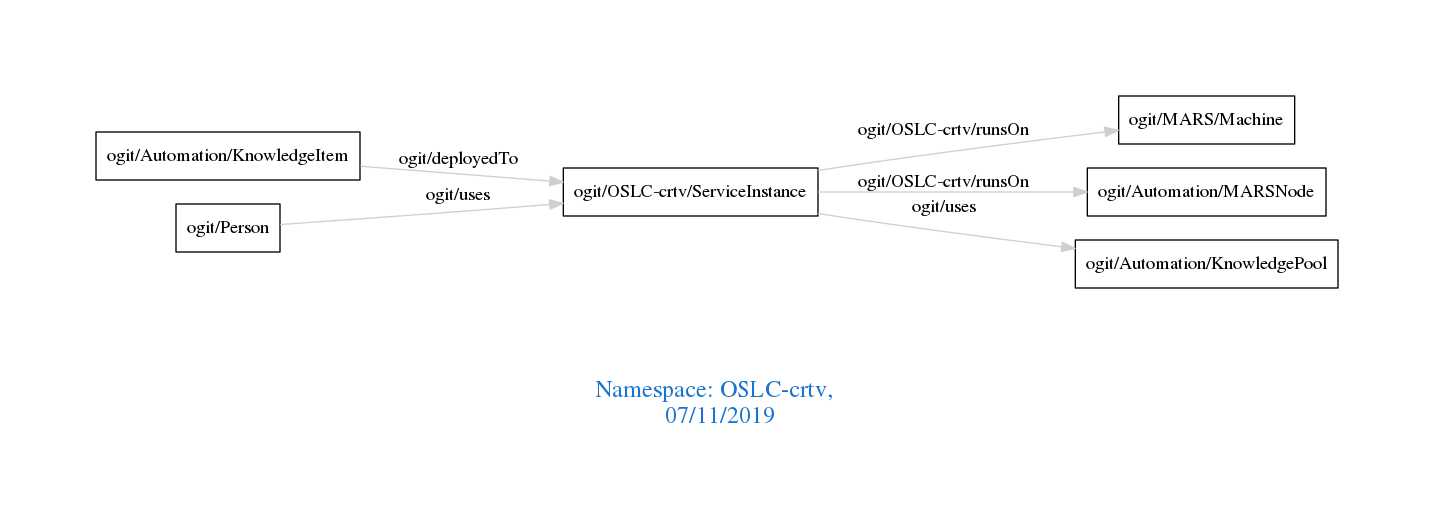
Above: downloads/OSLC-crtv.png in arago/OGIT (Graphviz), before the change. Its source is kept beside it as downloads/OSLC-crtv.dot.
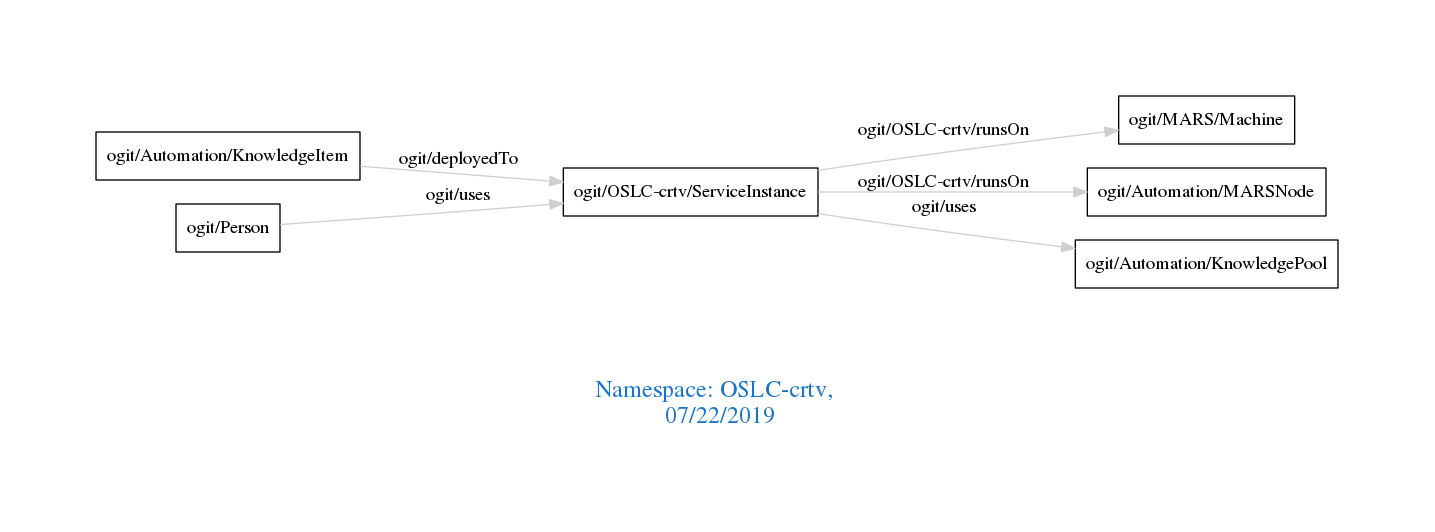
After the commit.

The edit, as a diff of the source:
```diff
@@ -1,7 +1,7 @@
 digraph OGIT_ontology {
  graph [ rankdir= LR,pad=1
 fontsize = 18,
-fontcolor= dodgerblue3,label = "\n\n\nNamespace: OSLC-crtv, \n 07/11/2019"];
+fontcolor= dodgerblue3,label = "\n\n\nNamespace: OSLC-crtv, \n 07/22/2019"];
 node[shape=polygon];
 edge [  color="gray81"];
 
```
